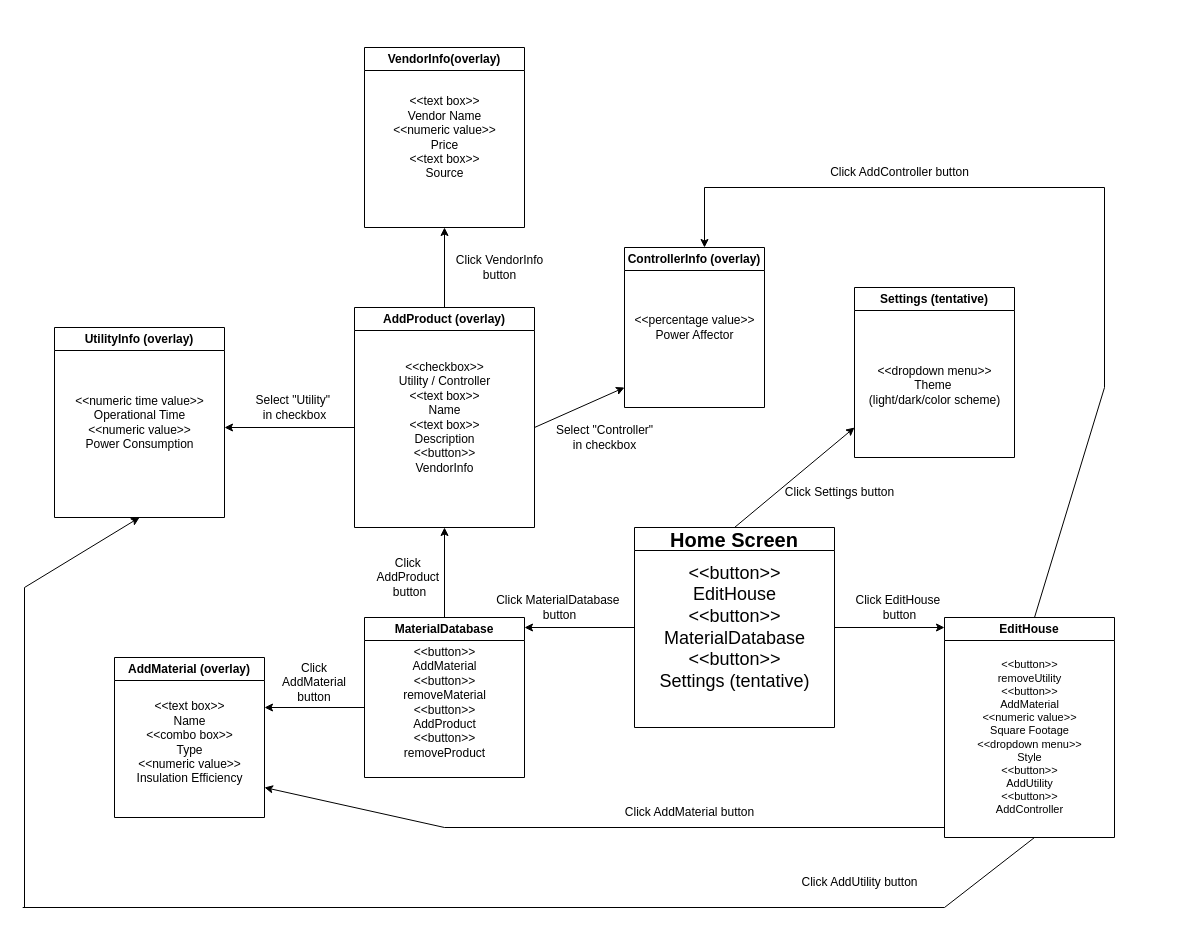
The draw.io diagram Design/Navigational Diagram.drawio in connerng/SPU_CSC3220_S24_T3, before the edit. Source tidied: cells renumbered, new cells numbered last; positions are measured from the earlier drawing's top-left corner, leaving out a move shared by most shapes. Both pictures are drawn from the tidied source at 100%, with x=0, y=0 at pixel (22, 47).
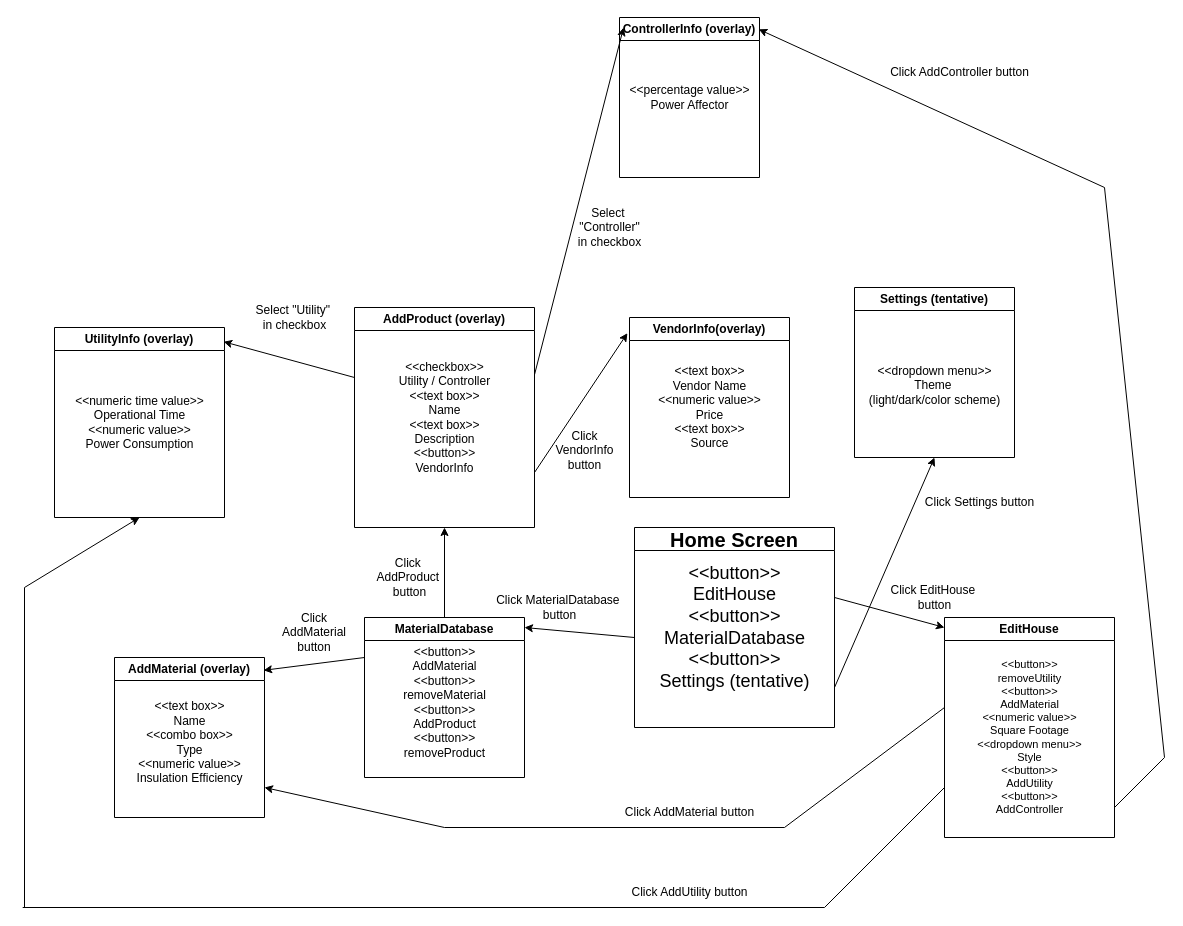
Above is the later version.

The change refers to these unchanged cells:
```xml
<mxCell id="2" value="&lt;font style=&quot;font-size: 20px;&quot;&gt;Home Screen&lt;/font&gt;" style="swimlane;whiteSpace=wrap;html=1;" parent="1" vertex="1">
  <mxGeometry x="612" y="480" width="200" height="200" as="geometry" />
</mxCell>
<mxCell id="10" value="MaterialDatabase" style="swimlane;whiteSpace=wrap;html=1;" parent="1" vertex="1">
  <mxGeometry x="342" y="570" width="160" height="160" as="geometry" />
</mxCell>
<mxCell id="17" value="AddMaterial (overlay)" style="swimlane;whiteSpace=wrap;html=1;" parent="1" vertex="1">
  <mxGeometry x="92" y="610" width="150" height="160" as="geometry" />
</mxCell>
<mxCell id="21" value="AddProduct (overlay)" style="swimlane;whiteSpace=wrap;html=1;" parent="1" vertex="1">
  <mxGeometry x="332" y="260" width="180" height="220" as="geometry" />
</mxCell>
<mxCell id="28" value="UtilityInfo (overlay)" style="swimlane;whiteSpace=wrap;html=1;" parent="1" vertex="1">
  <mxGeometry x="32" y="280" width="170" height="190" as="geometry" />
</mxCell>
<mxCell id="36" value="Settings (tentative)" style="swimlane;whiteSpace=wrap;html=1;" parent="1" vertex="1">
  <mxGeometry x="832" y="240" width="160" height="170" as="geometry" />
</mxCell>
```

Diff of the diagram source:
```diff
@@
     <mxCell id="4" style="endArrow=classic;html=1;rounded=0;" parent="1" edge="1">
       <mxGeometry relative="1" as="geometry">
-        <mxPoint x="812" y="580" as="sourcePoint" />
+        <mxPoint x="812" y="550" as="sourcePoint" />
         <mxPoint x="922" y="580" as="targetPoint" />
       </mxGeometry>
     </mxCell>
     <mxCell id="5" value="Click EditHouse&amp;nbsp;&lt;div&gt;button&lt;/div&gt;" style="text;html=1;align=center;verticalAlign=middle;strokeColor=none;fillColor=none;" parent="1" vertex="1">
-      <mxGeometry x="822" y="540" width="110" height="40" as="geometry" />
+      <mxGeometry x="857" y="530" width="110" height="40" as="geometry" />
     </mxCell>
@@
-    <mxCell id="8" style="endArrow=classic;html=1;rounded=0;exitX=0;exitY=0.5;exitDx=0;exitDy=0;" parent="1" edge="1" source="2">
+    <mxCell id="8" style="endArrow=classic;html=1;rounded=0;" parent="1" edge="1">
       <mxGeometry relative="1" as="geometry">
+        <mxPoint x="612" y="590" as="sourcePoint" />
         <mxPoint x="502" y="580" as="targetPoint" />
       </mxGeometry>
     </mxCell>
@@
-    <mxCell id="12" style="endArrow=classic;html=1;rounded=0;" parent="10" edge="1">
-      <mxGeometry relative="1" as="geometry">
-        <mxPoint y="90" as="sourcePoint" />
-        <mxPoint x="-100" y="90" as="targetPoint" />
-      </mxGeometry>
-    </mxCell>
     <mxCell id="13" style="endArrow=none;html=1;rounded=0;" parent="1" edge="1">
       <mxGeometry relative="1" as="geometry">
         <mxPoint x="422" y="780" as="sourcePoint" />
-        <mxPoint x="922" y="780" as="targetPoint" />
+        <mxPoint x="762" y="780" as="targetPoint" />
       </mxGeometry>
     </mxCell>
@@
     <mxCell id="16" value="Click AddMaterial button" style="text;html=1;align=center;verticalAlign=middle;whiteSpace=wrap;rounded=0;" parent="1" vertex="1">
-      <mxGeometry x="262" y="620" width="60" height="30" as="geometry" />
+      <mxGeometry x="262" y="570" width="60" height="30" as="geometry" />
     </mxCell>
@@
-    <mxCell id="23" style="endArrow=classic;html=1;rounded=0;" parent="21" edge="1">
+    <mxCell id="23" style="endArrow=classic;html=1;rounded=0;entryX=0.995;entryY=0.075;entryDx=0;entryDy=0;entryPerimeter=0;" parent="21" edge="1" target="28">
       <mxGeometry relative="1" as="geometry">
-        <mxPoint y="120" as="sourcePoint" />
-        <mxPoint x="-130" y="120" as="targetPoint" />
+        <mxPoint y="70" as="sourcePoint" />
       </mxGeometry>
     </mxCell>
-    <mxCell id="24" style="endArrow=classic;html=1;rounded=0;" parent="1" edge="1">
-      <mxGeometry relative="1" as="geometry">
-        <mxPoint x="512" y="380" as="sourcePoint" />
-        <mxPoint x="602" y="340" as="targetPoint" />
-      </mxGeometry>
-    </mxCell>
-    <mxCell id="25" value="Select &quot;Controller&quot; &lt;br&gt;in checkbox" style="text;html=1;align=center;verticalAlign=middle;strokeColor=none;fillColor=none;" parent="1" vertex="1">
-      <mxGeometry x="522" y="370" width="120" height="40" as="geometry" />
+    <mxCell id="25" value="&lt;font style=&quot;font-size: 12px;&quot;&gt;Select&amp;nbsp;&lt;/font&gt;&lt;div&gt;&lt;font style=&quot;font-size: 12px;&quot;&gt;&quot;Controller&quot; &lt;br&gt;in checkbox&lt;/font&gt;&lt;/div&gt;" style="text;html=1;align=center;verticalAlign=middle;strokeColor=none;fillColor=none;" parent="1" vertex="1">
+      <mxGeometry x="542" y="150" width="90" height="60" as="geometry" />
     </mxCell>
     <mxCell id="26" value="ControllerInfo (overlay)" style="swimlane;whiteSpace=wrap;html=1;startSize=23;" parent="1" vertex="1">
-      <mxGeometry x="602" y="200" width="140" height="160" as="geometry" />
+      <mxGeometry x="597" y="-30" width="140" height="160" as="geometry" />
     </mxCell>
@@
     <mxCell id="30" value="Select &quot;Utility&quot;&amp;nbsp;&lt;div&gt;in checkbox&lt;/div&gt;" style="text;html=1;align=center;verticalAlign=middle;strokeColor=none;fillColor=none;" parent="1" vertex="1">
-      <mxGeometry x="222" y="340" width="100" height="40" as="geometry" />
+      <mxGeometry x="222" y="250" width="100" height="40" as="geometry" />
     </mxCell>
-    <mxCell id="31" style="endArrow=classic;html=1;rounded=0;" parent="1" edge="1">
-      <mxGeometry relative="1" as="geometry">
-        <mxPoint x="422" y="260" as="sourcePoint" />
-        <mxPoint x="422" y="180" as="targetPoint" />
-      </mxGeometry>
+    <mxCell id="31" style="endArrow=classic;html=1;rounded=0;exitX=1;exitY=0.75;exitDx=0;exitDy=0;entryX=-0.013;entryY=0.087;entryDx=0;entryDy=0;entryPerimeter=0;" parent="1" edge="1" source="21" target="32">
+      <mxGeometry relative="1" as="geometry" />
     </mxCell>
     <mxCell id="32" value="VendorInfo(overlay)" style="swimlane;whiteSpace=wrap;html=1;" parent="1" vertex="1">
-      <mxGeometry x="342" width="160" height="180" as="geometry" />
+      <mxGeometry x="607" y="270" width="160" height="180" as="geometry" />
     </mxCell>
@@
-    <mxCell id="34" value="Click VendorInfo&lt;div&gt;button&lt;/div&gt;" style="text;html=1;align=center;verticalAlign=middle;strokeColor=none;fillColor=none;" parent="1" vertex="1">
-      <mxGeometry x="422" y="200" width="110" height="40" as="geometry" />
-    </mxCell>
-    <mxCell id="35" style="endArrow=classic;html=1;rounded=0;" parent="1" edge="1">
+    <mxCell id="35" style="endArrow=classic;html=1;rounded=0;entryX=0.5;entryY=1;entryDx=0;entryDy=0;" parent="1" edge="1" target="36">
       <mxGeometry relative="1" as="geometry">
-        <mxPoint x="712" y="480" as="sourcePoint" />
-        <mxPoint x="832" y="380" as="targetPoint" />
+        <mxPoint x="812" y="640" as="sourcePoint" />
       </mxGeometry>
     </mxCell>
@@
     <mxCell id="38" value="Click Settings button" style="text;html=1;align=center;verticalAlign=middle;strokeColor=none;fillColor=none;" parent="1" vertex="1">
-      <mxGeometry x="752" y="430" width="130" height="30" as="geometry" />
+      <mxGeometry x="892" y="440" width="130" height="30" as="geometry" />
     </mxCell>
     <mxCell id="39" style="endArrow=none;html=1;rounded=0;" parent="1" edge="1">
       <mxGeometry relative="1" as="geometry">
-        <mxPoint x="922" y="860" as="sourcePoint" />
-        <mxPoint x="1012" y="790" as="targetPoint" />
+        <mxPoint x="802" y="860" as="sourcePoint" />
+        <mxPoint x="922" y="740" as="targetPoint" />
       </mxGeometry>
     </mxCell>
     <mxCell id="40" style="endArrow=none;html=1;rounded=0;" parent="1" edge="1">
       <mxGeometry relative="1" as="geometry">
         <mxPoint x="0.2" y="860" as="sourcePoint" />
-        <mxPoint x="922" y="860" as="targetPoint" />
+        <mxPoint x="802" y="860" as="targetPoint" />
       </mxGeometry>
     </mxCell>
@@
     <mxCell id="43" value="Click AddUtility button" style="text;html=1;align=center;verticalAlign=middle;strokeColor=none;fillColor=none;" parent="1" vertex="1">
-      <mxGeometry x="767" y="820" width="140" height="30" as="geometry" />
+      <mxGeometry x="597" y="830" width="140" height="30" as="geometry" />
     </mxCell>
     <mxCell id="44" style="endArrow=none;html=1;rounded=0;" parent="1" edge="1">
       <mxGeometry relative="1" as="geometry">
-        <mxPoint x="1012" y="570" as="sourcePoint" />
-        <mxPoint x="1082" y="340" as="targetPoint" />
+        <mxPoint x="1142" y="710" as="sourcePoint" />
+        <mxPoint x="1082" y="140" as="targetPoint" />
       </mxGeometry>
     </mxCell>
-    <mxCell id="45" style="endArrow=none;html=1;rounded=0;" parent="1" edge="1">
-      <mxGeometry relative="1" as="geometry">
-        <mxPoint x="1082" y="340" as="sourcePoint" />
-        <mxPoint x="1082" y="140" as="targetPoint" />
-      </mxGeometry>
-    </mxCell>
-    <mxCell id="46" style="endArrow=none;html=1;rounded=0;" parent="1" edge="1">
-      <mxGeometry relative="1" as="geometry">
-        <mxPoint x="682" y="140" as="sourcePoint" />
-        <mxPoint x="1082" y="140" as="targetPoint" />
-      </mxGeometry>
-    </mxCell>
-    <mxCell id="47" style="endArrow=classic;html=1;rounded=0;" parent="1" edge="1">
-      <mxGeometry relative="1" as="geometry">
-        <mxPoint x="682" y="140" as="sourcePoint" />
-        <mxPoint x="682" y="200" as="targetPoint" />
-      </mxGeometry>
-    </mxCell>
     <mxCell id="48" value="Click AddController button" style="text;html=1;align=center;verticalAlign=middle;strokeColor=none;fillColor=none;" parent="1" vertex="1">
-      <mxGeometry x="797" y="110" width="160" height="30" as="geometry" />
+      <mxGeometry x="857" y="10" width="160" height="30" as="geometry" />
     </mxCell>
+    <mxCell id="49" style="endArrow=none;html=1;rounded=0;" parent="1" edge="1">
+      <mxGeometry relative="1" as="geometry">
+        <mxPoint x="762" y="780" as="sourcePoint" />
+        <mxPoint x="922" y="660" as="targetPoint" />
+      </mxGeometry>
+    </mxCell>
+    <mxCell id="50" style="endArrow=none;html=1;rounded=0;" parent="1" edge="1">
+      <mxGeometry relative="1" as="geometry">
+        <mxPoint x="1092" y="760" as="sourcePoint" />
+        <mxPoint x="1142" y="710" as="targetPoint" />
+      </mxGeometry>
+    </mxCell>
+    <mxCell id="51" style="endArrow=classic;html=1;rounded=0;entryX=0.995;entryY=0.074;entryDx=0;entryDy=0;entryPerimeter=0;" parent="1" edge="1" target="26">
+      <mxGeometry relative="1" as="geometry">
+        <mxPoint x="1082" y="140" as="sourcePoint" />
+      </mxGeometry>
+    </mxCell>
+    <mxCell id="52" style="endArrow=classic;html=1;rounded=0;entryX=0.029;entryY=0.063;entryDx=0;entryDy=0;entryPerimeter=0;" parent="1" edge="1" target="26">
+      <mxGeometry relative="1" as="geometry">
+        <mxPoint x="512" y="327.2" as="sourcePoint" />
+      </mxGeometry>
+    </mxCell>
+    <mxCell id="34" value="Click&lt;div&gt;&amp;nbsp;VendorInfo&amp;nbsp;&lt;div&gt;button&lt;/div&gt;&lt;/div&gt;" style="text;html=1;align=center;verticalAlign=middle;strokeColor=none;fillColor=none;" parent="1" vertex="1">
+      <mxGeometry x="517" y="373" width="90" height="60" as="geometry" />
+    </mxCell>
+    <mxCell id="12" style="endArrow=classic;html=1;rounded=0;exitX=0;exitY=0.25;exitDx=0;exitDy=0;entryX=0.994;entryY=0.08;entryDx=0;entryDy=0;entryPerimeter=0;" parent="1" edge="1" source="10" target="17">
+      <mxGeometry relative="1" as="geometry" />
+    </mxCell>
```
